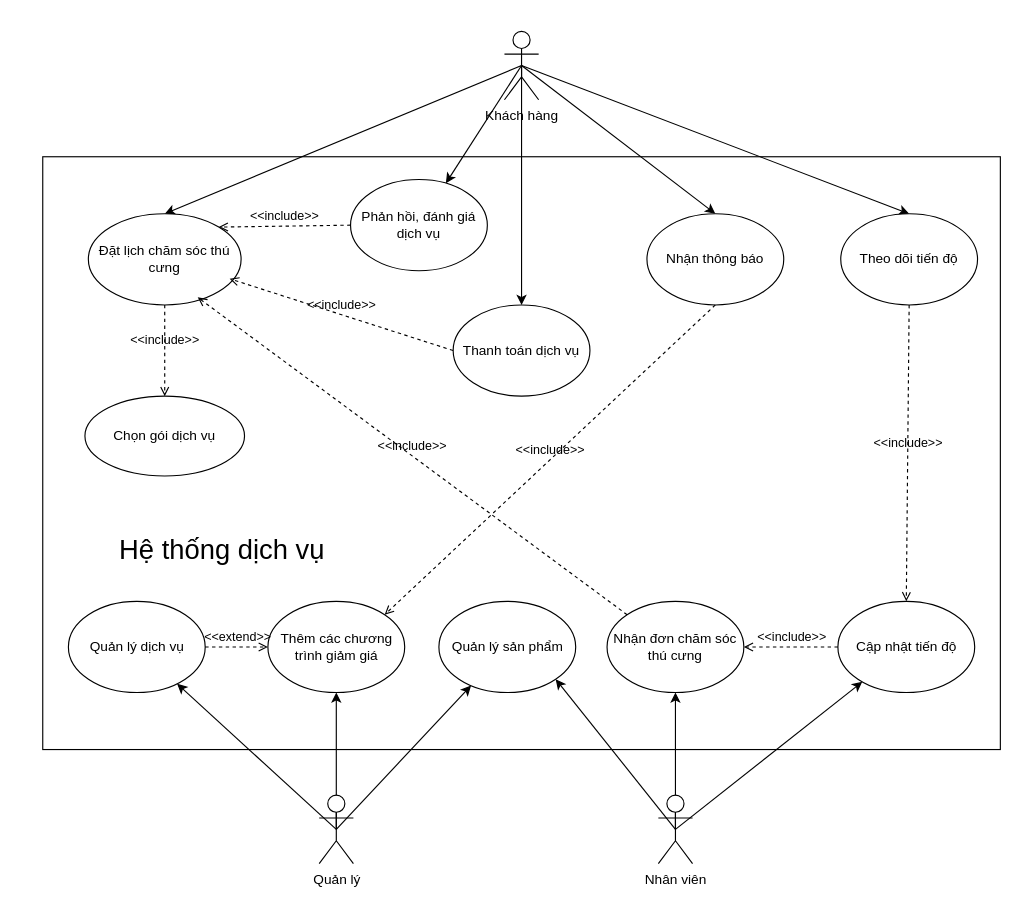
blueonline07/auth-demo keeps this draw.io diagram as service-use-case-diagram.drawio. Above is the earlier version. Source tidied: cells renumbered, new cells numbered last; positions are measured from the earlier drawing's top-left corner, leaving out a move shared by most shapes. Both pictures are drawn from the tidied source at 114%, with x=0, y=0 at pixel (42, 31).
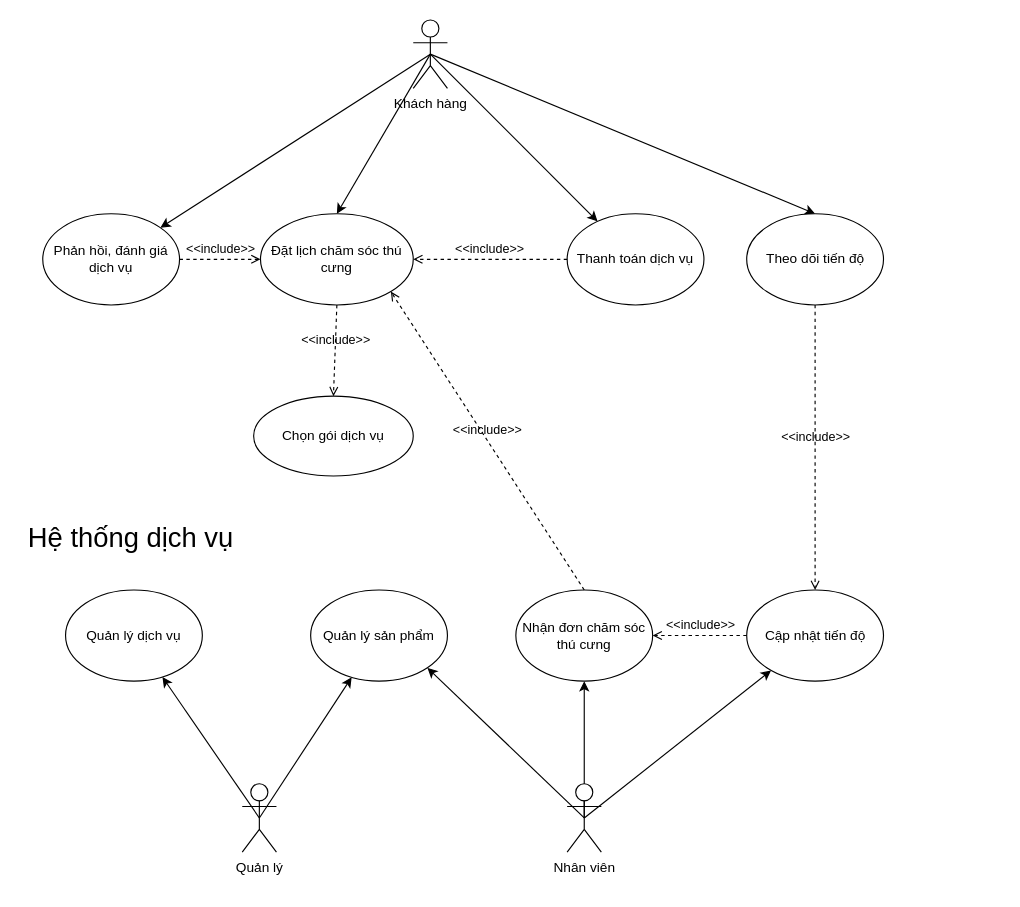
The same page after the edit.

What changed in the source:
```diff
@@
-    <mxCell id="2" style="rounded=0;jettySize=auto;html=1;entryX=0.5;entryY=0;entryDx=0;entryDy=0;exitX=0.5;exitY=0.5;exitDx=0;exitDy=0;exitPerimeter=0;" parent="1" edge="1" source="7" target="20">
-      <mxGeometry relative="1" as="geometry" />
-    </mxCell>
@@
     <mxCell id="7" value="Khách hàng" style="shape=umlActor;verticalLabelPosition=bottom;verticalAlign=top;html=1;outlineConnect=0;" parent="1" vertex="1">
-      <mxGeometry x="405" width="30" height="60" as="geometry" />
+      <mxGeometry x="325" y="-10" width="30" height="60" as="geometry" />
     </mxCell>
@@
     <mxCell id="11" value="Nhân viên" style="shape=umlActor;verticalLabelPosition=bottom;verticalAlign=top;html=1;outlineConnect=0;" parent="1" vertex="1">
-      <mxGeometry x="540" y="670" width="30" height="60" as="geometry" />
+      <mxGeometry x="460" y="660" width="30" height="60" as="geometry" />
     </mxCell>
@@
-    <mxCell id="14" style="rounded=0;jettySize=auto;html=1;exitX=0.5;exitY=0.5;exitDx=0;exitDy=0;exitPerimeter=0;" parent="1" edge="1" source="15" target="29">
-      <mxGeometry relative="1" as="geometry" />
-    </mxCell>
     <mxCell id="15" value="Quản lý" style="shape=umlActor;verticalLabelPosition=bottom;verticalAlign=top;html=1;outlineConnect=0;" parent="1" vertex="1">
-      <mxGeometry x="242.5" y="670" width="30" height="60" as="geometry" />
+      <mxGeometry x="175" y="660" width="30" height="60" as="geometry" />
     </mxCell>
     <mxCell id="16" value="Đặt lịch chăm sóc thú cưng" style="ellipse;whiteSpace=wrap;html=1;verticalAlign=middle;" parent="1" vertex="1">
-      <mxGeometry x="40" y="160" width="134" height="80" as="geometry" />
+      <mxGeometry x="191" y="160" width="134" height="80" as="geometry" />
     </mxCell>
     <mxCell id="17" value="Chọn gói dịch vụ" style="ellipse;whiteSpace=wrap;html=1;verticalAlign=middle;" parent="1" vertex="1">
-      <mxGeometry x="37" y="320" width="140" height="70" as="geometry" />
+      <mxGeometry x="185" y="320" width="140" height="70" as="geometry" />
     </mxCell>
@@
     <mxCell id="19" value="Theo dõi tiến độ" style="ellipse;whiteSpace=wrap;html=1;" parent="1" vertex="1">
-      <mxGeometry x="700" y="160" width="120" height="80" as="geometry" />
+      <mxGeometry x="617.5" y="160" width="120" height="80" as="geometry" />
     </mxCell>
-    <mxCell id="20" value="Nhận thông báo" style="ellipse;whiteSpace=wrap;html=1;verticalAlign=middle;" parent="1" vertex="1">
-      <mxGeometry x="530" y="160" width="120" height="80" as="geometry" />
-    </mxCell>
-    <mxCell id="21" value="&amp;lt;&amp;lt;include&amp;gt;&amp;gt;" style="html=1;verticalAlign=bottom;labelBackgroundColor=none;endArrow=open;endFill=0;dashed=1;rounded=0;exitX=0;exitY=0.5;exitDx=0;exitDy=0;entryX=1;entryY=0;entryDx=0;entryDy=0;" parent="1" edge="1" source="22" target="16">
+    <mxCell id="21" value="&amp;lt;&amp;lt;include&amp;gt;&amp;gt;" style="html=1;verticalAlign=bottom;labelBackgroundColor=none;endArrow=open;endFill=0;dashed=1;rounded=0;exitX=1;exitY=0.5;exitDx=0;exitDy=0;entryX=0;entryY=0.5;entryDx=0;entryDy=0;" parent="1" edge="1" source="22" target="16">
       <mxGeometry relative="1" as="geometry" />
     </mxCell>
     <mxCell id="22" value="Phản hồi, đánh giá dịch vụ" style="ellipse;whiteSpace=wrap;html=1;" parent="1" vertex="1">
-      <mxGeometry x="270" y="130" width="120" height="80" as="geometry" />
+      <mxGeometry y="160" width="120" height="80" as="geometry" />
     </mxCell>
     <mxCell id="23" value="Quản lý dịch vụ" style="ellipse;whiteSpace=wrap;html=1;" parent="1" vertex="1">
-      <mxGeometry x="22.5" y="500" width="120" height="80" as="geometry" />
+      <mxGeometry x="20" y="490" width="120" height="80" as="geometry" />
     </mxCell>
     <mxCell id="24" value="Quản lý sản phẩm" style="ellipse;whiteSpace=wrap;html=1;" parent="1" vertex="1">
-      <mxGeometry x="347.5" y="500" width="120" height="80" as="geometry" />
+      <mxGeometry x="235" y="490" width="120" height="80" as="geometry" />
     </mxCell>
     <mxCell id="25" value="Nhận đơn chăm sóc thú cưng" style="ellipse;whiteSpace=wrap;html=1;" parent="1" vertex="1">
-      <mxGeometry x="495" y="500" width="120" height="80" as="geometry" />
+      <mxGeometry x="415" y="490" width="120" height="80" as="geometry" />
     </mxCell>
-    <mxCell id="26" value="&amp;lt;&amp;lt;include&amp;gt;&amp;gt;" style="html=1;verticalAlign=bottom;labelBackgroundColor=none;endArrow=open;endFill=0;dashed=1;rounded=0;exitX=0;exitY=0;exitDx=0;exitDy=0;entryX=0.716;entryY=0.917;entryDx=0;entryDy=0;entryPerimeter=0;" parent="1" edge="1" source="25" target="16">
+    <mxCell id="26" value="&amp;lt;&amp;lt;include&amp;gt;&amp;gt;" style="html=1;verticalAlign=bottom;labelBackgroundColor=none;endArrow=open;endFill=0;dashed=1;rounded=0;exitX=0.5;exitY=0;exitDx=0;exitDy=0;entryX=1;entryY=1;entryDx=0;entryDy=0;" parent="1" edge="1" source="25" target="16">
       <mxGeometry relative="1" as="geometry" />
     </mxCell>
     <mxCell id="27" value="Cập nhật tiến độ" style="ellipse;whiteSpace=wrap;html=1;" parent="1" vertex="1">
-      <mxGeometry x="697.5" y="500" width="120" height="80" as="geometry" />
+      <mxGeometry x="617.5" y="490" width="120" height="80" as="geometry" />
     </mxCell>
@@
-    <mxCell id="29" value="Thêm các chương trình giảm giá" style="ellipse;whiteSpace=wrap;html=1;" parent="1" vertex="1">
-      <mxGeometry x="197.5" y="500" width="120" height="80" as="geometry" />
-    </mxCell>
-    <mxCell id="30" value="&amp;lt;&amp;lt;extend&amp;gt;&amp;gt;" style="html=1;verticalAlign=bottom;labelBackgroundColor=none;endArrow=open;endFill=0;dashed=1;rounded=0;exitX=1;exitY=0.5;exitDx=0;exitDy=0;entryX=0;entryY=0.5;entryDx=0;entryDy=0;" parent="1" edge="1" source="23" target="29">
-      <mxGeometry relative="1" as="geometry" />
-    </mxCell>
-    <mxCell id="31" value="&amp;lt;&amp;lt;include&amp;gt;&amp;gt;" style="html=1;verticalAlign=bottom;labelBackgroundColor=none;endArrow=open;endFill=0;dashed=1;rounded=0;exitX=0.5;exitY=1;exitDx=0;exitDy=0;entryX=1;entryY=0;entryDx=0;entryDy=0;" parent="1" edge="1" source="20" target="29">
-      <mxGeometry relative="1" as="geometry" />
-    </mxCell>
@@
     <mxCell id="33" value="&lt;font size=&quot;5&quot;&gt;Hệ thống dịch vụ&lt;/font&gt;" style="text;html=1;align=center;verticalAlign=middle;whiteSpace=wrap;rounded=0;" parent="1" vertex="1">
-      <mxGeometry x="60" y="420" width="195" height="70" as="geometry" />
+      <mxGeometry x="-20" y="410" width="195" height="70" as="geometry" />
     </mxCell>
     <mxCell id="34" value="Thanh toán dịch vụ" style="ellipse;whiteSpace=wrap;html=1;" parent="1" vertex="1">
-      <mxGeometry x="360" y="240" width="120" height="80" as="geometry" />
+      <mxGeometry x="460" y="160" width="120" height="80" as="geometry" />
     </mxCell>
-    <mxCell id="35" value="&amp;lt;&amp;lt;include&amp;gt;&amp;gt;" style="html=1;verticalAlign=bottom;labelBackgroundColor=none;endArrow=open;endFill=0;dashed=1;rounded=0;exitX=0;exitY=0.5;exitDx=0;exitDy=0;entryX=0.925;entryY=0.713;entryDx=0;entryDy=0;entryPerimeter=0;" parent="1" edge="1" source="34" target="16">
+    <mxCell id="35" value="&amp;lt;&amp;lt;include&amp;gt;&amp;gt;" style="html=1;verticalAlign=bottom;labelBackgroundColor=none;endArrow=open;endFill=0;dashed=1;rounded=0;exitX=0;exitY=0.5;exitDx=0;exitDy=0;entryX=1;entryY=0.5;entryDx=0;entryDy=0;" parent="1" edge="1" source="34" target="16">
       <mxGeometry relative="1" as="geometry" />
     </mxCell>
-    <mxCell id="36" style="rounded=0;whiteSpace=wrap;html=1;fillColor=none;" parent="1" vertex="1">
-      <mxGeometry y="110" width="840" height="520" as="geometry" />
-    </mxCell>
```
